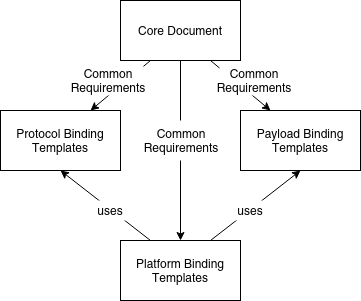
Before: images/binding-templates-overview.png, a diagram exported from draw.io (w3c/wot-binding-templates). Source tidied: cells renumbered, new cells last; positions are measured from the earlier drawing's top-left corner, leaving out a move shared by most shapes.
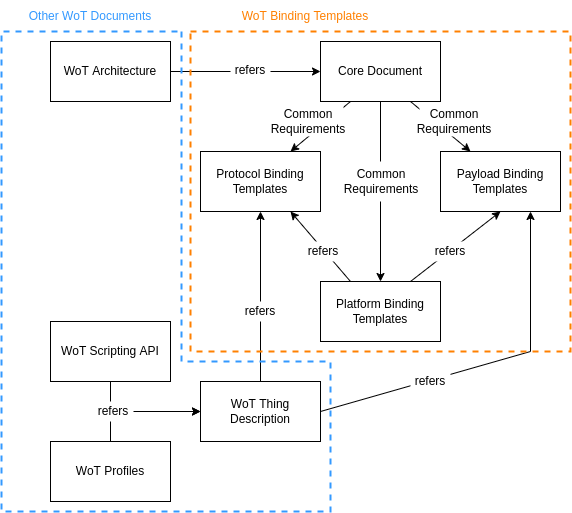
After the change.

Commit message:
start overview section

Diff of the diagram source:
```diff
@@ -23,16 +23,16 @@
     <mxCell id="8" style="endArrow=classic;html=1;exitX=0.5;exitY=1;exitDx=0;exitDy=0;entryX=0.5;entryY=0;entryDx=0;entryDy=0;" parent="1" edge="1" source="2" target="5">
       <mxGeometry relative="1" as="geometry" />
     </mxCell>
-    <mxCell id="9" style="endArrow=classic;html=1;entryX=0.5;entryY=1;entryDx=0;entryDy=0;exitX=0.25;exitY=0;exitDx=0;exitDy=0;" parent="1" edge="1" source="5" target="3">
+    <mxCell id="9" style="endArrow=classic;html=1;entryX=0.75;entryY=1;entryDx=0;entryDy=0;exitX=0.25;exitY=0;exitDx=0;exitDy=0;" parent="1" edge="1" source="5" target="3">
       <mxGeometry relative="1" as="geometry" />
     </mxCell>
     <mxCell id="10" style="endArrow=classic;html=1;entryX=0.5;entryY=1;entryDx=0;entryDy=0;exitX=0.75;exitY=0;exitDx=0;exitDy=0;" parent="1" edge="1" source="5" target="4">
       <mxGeometry relative="1" as="geometry" />
     </mxCell>
-    <mxCell id="11" value="uses" style="text;html=1;align=center;verticalAlign=middle;whiteSpace=wrap;rounded=0;fillColor=#ffffff;" parent="1" vertex="1">
-      <mxGeometry x="90" y="200" width="40" height="20" as="geometry" />
+    <mxCell id="11" value="refers" style="text;html=1;align=center;verticalAlign=middle;whiteSpace=wrap;rounded=0;fillColor=#ffffff;" parent="1" vertex="1">
+      <mxGeometry x="103" y="200" width="40" height="20" as="geometry" />
     </mxCell>
-    <mxCell id="12" value="uses" style="text;html=1;align=center;verticalAlign=middle;whiteSpace=wrap;rounded=0;fillColor=#ffffff;" parent="1" vertex="1">
+    <mxCell id="12" value="refers" style="text;html=1;align=center;verticalAlign=middle;whiteSpace=wrap;rounded=0;fillColor=#ffffff;" parent="1" vertex="1">
       <mxGeometry x="230" y="200" width="40" height="20" as="geometry" />
     </mxCell>
     <mxCell id="13" value="&lt;div align=&quot;center&quot;&gt;Common Requirements&lt;br&gt;&lt;/div&gt;" style="text;html=1;align=center;verticalAlign=middle;whiteSpace=wrap;rounded=0;fillColor=#ffffff;" parent="1" vertex="1">
@@ -44,5 +44,78 @@
     <mxCell id="15" value="&lt;div align=&quot;center&quot;&gt;Common Requirements&lt;br&gt;&lt;/div&gt;" style="text;html=1;align=center;verticalAlign=middle;whiteSpace=wrap;rounded=0;fillColor=#ffffff;" parent="1" vertex="1">
       <mxGeometry x="219" y="65" width="70" height="30" as="geometry" />
     </mxCell>
+    <mxCell id="16" value="WoT Thing Description" style="rounded=0;whiteSpace=wrap;html=1;" parent="1" vertex="1">
+      <mxGeometry y="340" width="120" height="60" as="geometry" />
+    </mxCell>
+    <mxCell id="17" value="WoT Scripting API" style="rounded=0;whiteSpace=wrap;html=1;" parent="1" vertex="1">
+      <mxGeometry x="-150" y="280" width="120" height="60" as="geometry" />
+    </mxCell>
+    <mxCell id="18" value="WoT Profiles" style="rounded=0;whiteSpace=wrap;html=1;" parent="1" vertex="1">
+      <mxGeometry x="-150" y="400" width="120" height="60" as="geometry" />
+    </mxCell>
+    <mxCell id="19" style="endArrow=classic;html=1;rounded=0;exitX=1;exitY=0.5;exitDx=0;exitDy=0;entryX=0.75;entryY=1;entryDx=0;entryDy=0;" parent="1" edge="1" source="16" target="4">
+      <mxGeometry relative="1" as="geometry">
+        <Array as="points">
+          <mxPoint x="330" y="310" />
+        </Array>
+      </mxGeometry>
+    </mxCell>
+    <mxCell id="20" style="endArrow=classic;html=1;rounded=0;entryX=0.5;entryY=1;entryDx=0;entryDy=0;exitX=0.5;exitY=0;exitDx=0;exitDy=0;" parent="1" edge="1" source="16" target="3">
+      <mxGeometry relative="1" as="geometry" />
+    </mxCell>
+    <mxCell id="21" value="refers" style="text;html=1;align=center;verticalAlign=middle;whiteSpace=wrap;rounded=0;fillColor=#ffffff;" parent="1" vertex="1">
+      <mxGeometry x="210" y="330" width="40" height="20" as="geometry" />
+    </mxCell>
+    <mxCell id="22" value="refers" style="text;html=1;align=center;verticalAlign=middle;whiteSpace=wrap;rounded=0;fillColor=#ffffff;" parent="1" vertex="1">
+      <mxGeometry x="40" y="260" width="40" height="20" as="geometry" />
+    </mxCell>
+    <mxCell id="23" style="endArrow=classic;html=1;rounded=0;entryX=0;entryY=0.5;entryDx=0;entryDy=0;exitX=0.5;exitY=1;exitDx=0;exitDy=0;" parent="1" edge="1" source="17" target="16">
+      <mxGeometry relative="1" as="geometry">
+        <Array as="points">
+          <mxPoint x="-90" y="370" />
+        </Array>
+      </mxGeometry>
+    </mxCell>
+    <mxCell id="24" style="endArrow=classic;html=1;rounded=0;entryX=0;entryY=0.5;entryDx=0;entryDy=0;exitX=0.5;exitY=0;exitDx=0;exitDy=0;" parent="1" edge="1" source="18" target="16">
+      <mxGeometry relative="1" as="geometry">
+        <Array as="points">
+          <mxPoint x="-90" y="370" />
+        </Array>
+      </mxGeometry>
+    </mxCell>
+    <mxCell id="25" value="refers" style="text;html=1;align=center;verticalAlign=middle;whiteSpace=wrap;rounded=0;fillColor=#ffffff;" parent="1" vertex="1">
+      <mxGeometry x="-107" y="360" width="40" height="20" as="geometry" />
+    </mxCell>
+    <mxCell id="26" value="WoT Architecture" style="rounded=0;whiteSpace=wrap;html=1;" parent="1" vertex="1">
+      <mxGeometry x="-150" width="120" height="60" as="geometry" />
+    </mxCell>
+    <mxCell id="27" style="endArrow=classic;html=1;rounded=0;entryX=0;entryY=0.5;entryDx=0;entryDy=0;exitX=1;exitY=0.5;exitDx=0;exitDy=0;" parent="1" edge="1" source="26" target="2">
+      <mxGeometry relative="1" as="geometry" />
+    </mxCell>
+    <mxCell id="28" value="refers" style="text;html=1;align=center;verticalAlign=middle;whiteSpace=wrap;rounded=0;fillColor=#ffffff;" parent="1" vertex="1">
+      <mxGeometry x="30" y="19" width="40" height="20" as="geometry" />
+    </mxCell>
+    <mxCell id="29" style="rounded=0;whiteSpace=wrap;html=1;fillColor=none;dashed=1;strokeColor=#FF8000;strokeWidth=2;" parent="1" vertex="1">
+      <mxGeometry x="-10" y="-10" width="380" height="320" as="geometry" />
+    </mxCell>
+    <mxCell id="30" value="&lt;font color=&quot;#ff8000&quot;&gt;WoT Binding Templates&lt;/font&gt;" style="text;html=1;strokeColor=none;fillColor=none;align=center;verticalAlign=middle;whiteSpace=wrap;rounded=0;dashed=1;strokeWidth=2;" parent="1" vertex="1">
+      <mxGeometry x="30" y="-40" width="150" height="30" as="geometry" />
+    </mxCell>
+    <mxCell id="31" style="endArrow=none;dashed=1;html=1;strokeWidth=2;rounded=0;fontColor=#FF8000;strokeColor=#3399FF;jumpSize=15;" parent="1" edge="1">
+      <mxGeometry relative="1" as="geometry">
+        <mxPoint x="-19" y="-10" as="sourcePoint" />
+        <mxPoint x="-19" y="-10" as="targetPoint" />
+        <Array as="points">
+          <mxPoint x="-19" y="320" />
+          <mxPoint x="130" y="320" />
+          <mxPoint x="130" y="470" />
+          <mxPoint x="-199" y="470" />
+          <mxPoint x="-199" y="-10" />
+        </Array>
+      </mxGeometry>
+    </mxCell>
+    <mxCell id="32" value="&lt;font color=&quot;#3399ff&quot;&gt;Other WoT Documents&lt;/font&gt;" style="text;html=1;strokeColor=none;fillColor=none;align=center;verticalAlign=middle;whiteSpace=wrap;rounded=0;dashed=1;strokeWidth=2;fontColor=#FF8000;" parent="1" vertex="1">
+      <mxGeometry x="-180" y="-40" width="140" height="30" as="geometry" />
+    </mxCell>
   </root>
 </mxGraphModel>
```
